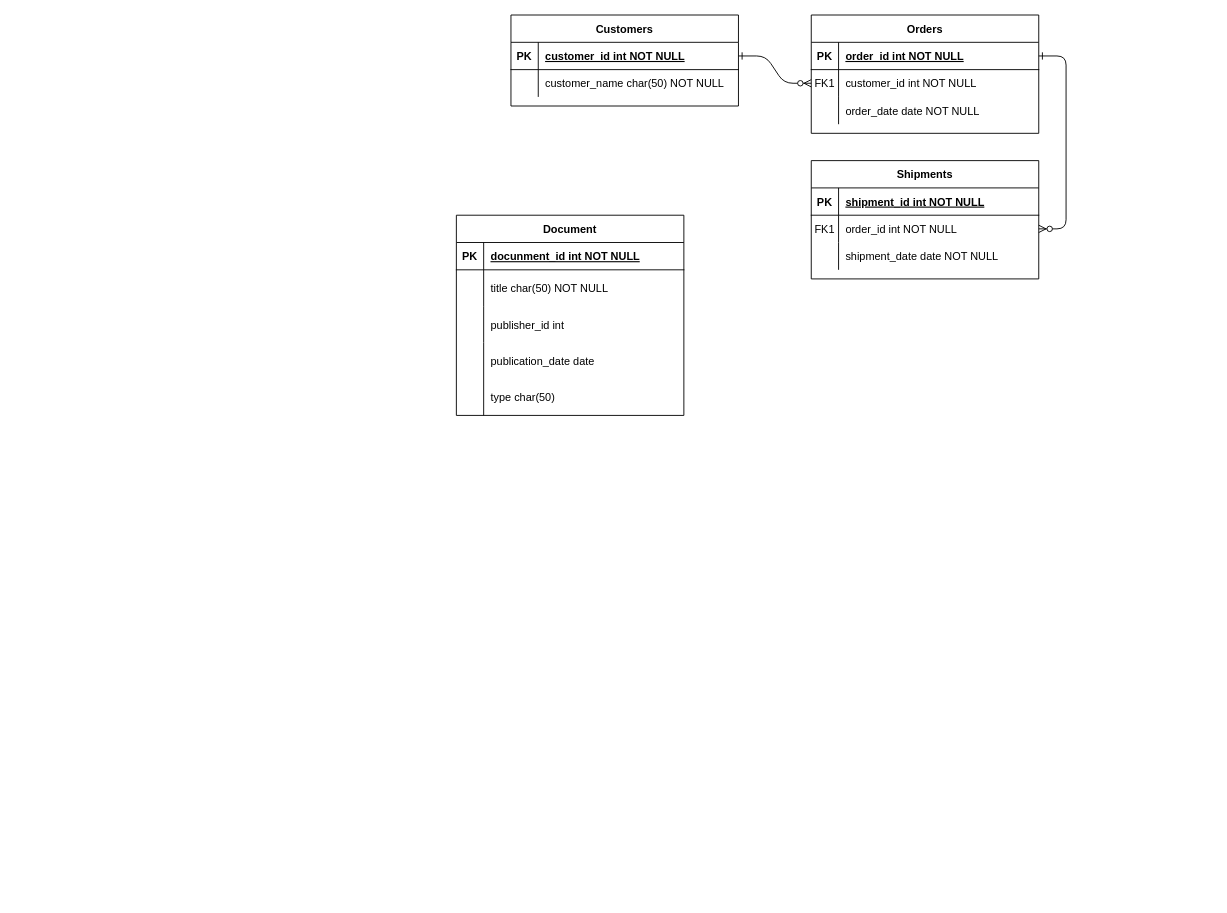
Maple-pro/database-assignment keeps this draw.io diagram as database-er.drawio. Above is the earlier version. Source tidied: cells renumbered, new cells numbered last; positions are measured from the earlier drawing's top-left corner, leaving out a move shared by most shapes. Both pictures are drawn from the tidied source at 91%, with x=0, y=0 at pixel (456, 15).
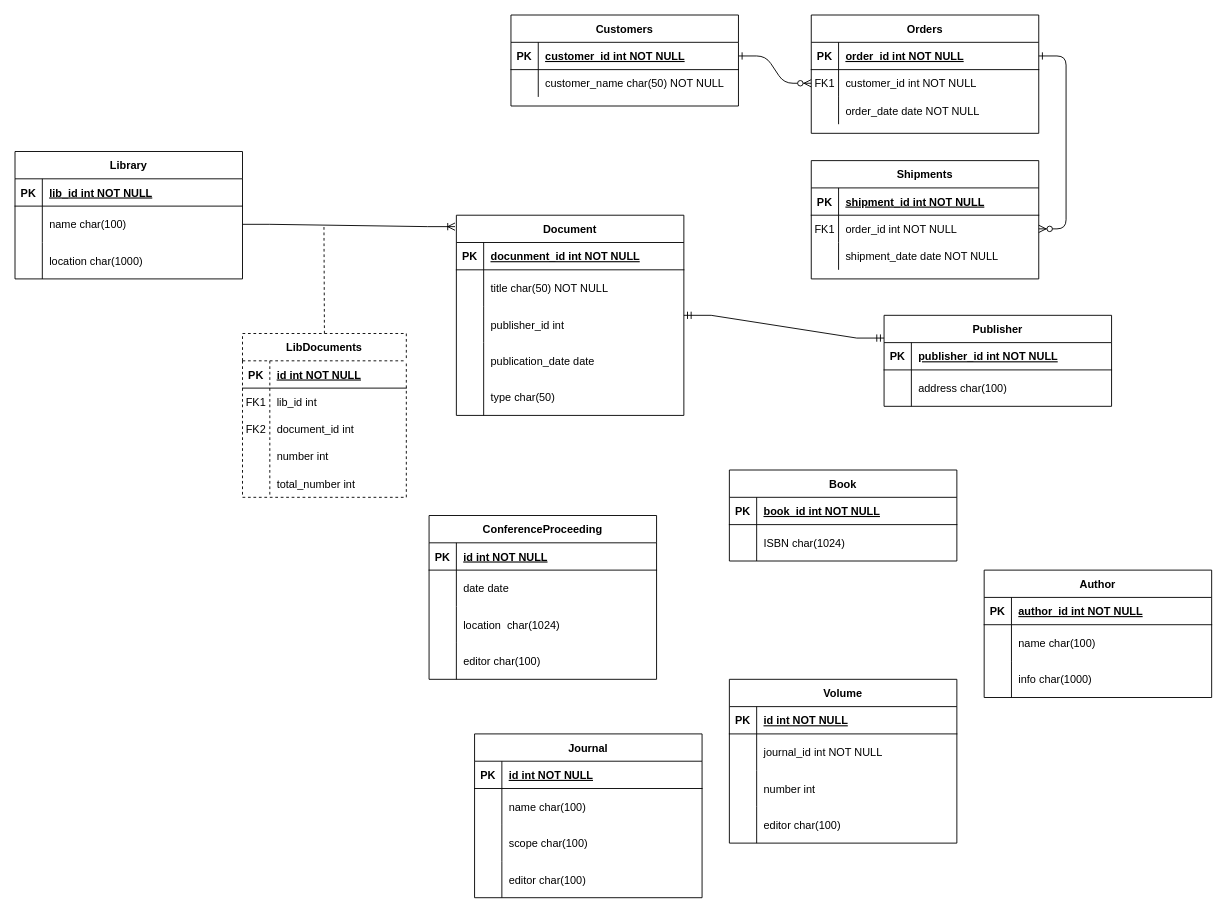
The same diagram, later.

The change refers to these unchanged cells:
```xml
<mxCell id="31" value="Document" style="shape=table;startSize=30;childLayout=tableLayout;rowLines=0;fontStyle=1;align=center;" parent="1" vertex="1">
  <mxGeometry y="220" width="250" height="220" as="geometry" />
</mxCell>
```

The edit, as a diff of the source:
```diff
@@
+    <mxCell id="47" value="Book" style="shape=table;startSize=30;childLayout=tableLayout;rowLines=0;fontStyle=1;align=center;" parent="1" vertex="1">
+      <mxGeometry x="300" y="500" width="250" height="100" as="geometry" />
+    </mxCell>
+    <mxCell id="48" style="shape=partialRectangle;fillColor=none;top=0;left=0;right=0;bottom=1;" parent="47" vertex="1">
+      <mxGeometry y="30" width="250" height="30" as="geometry" />
+    </mxCell>
+    <mxCell id="49" value="PK" style="shape=partialRectangle;overflow=hidden;fillColor=none;top=0;left=0;bottom=0;right=0;fontStyle=1;" parent="48" vertex="1">
+      <mxGeometry width="30" height="30" as="geometry" />
+    </mxCell>
+    <mxCell id="50" value="book_id int NOT NULL " style="shape=partialRectangle;overflow=hidden;fillColor=none;top=0;left=0;bottom=0;right=0;align=left;spacingLeft=6;fontStyle=5;" parent="48" vertex="1">
+      <mxGeometry x="30" width="220" height="30" as="geometry" />
+    </mxCell>
+    <mxCell id="51" style="shape=partialRectangle;fillColor=none;top=0;left=0;right=0;bottom=0;" parent="47" vertex="1">
+      <mxGeometry y="60" width="250" height="40" as="geometry" />
+    </mxCell>
+    <mxCell id="52" style="shape=partialRectangle;overflow=hidden;fillColor=none;top=0;left=0;bottom=0;right=0;" parent="51" vertex="1">
+      <mxGeometry width="30" height="40" as="geometry" />
+    </mxCell>
+    <mxCell id="53" value="ISBN char(1024) " style="shape=partialRectangle;overflow=hidden;fillColor=none;top=0;left=0;bottom=0;right=0;align=left;spacingLeft=6;" parent="51" vertex="1">
+      <mxGeometry x="30" width="220" height="40" as="geometry" />
+    </mxCell>
+    <mxCell id="54" value="ConferenceProceeding" style="shape=table;startSize=30;childLayout=tableLayout;rowLines=0;fontStyle=1;align=center;" parent="1" vertex="1">
+      <mxGeometry x="-30" y="550" width="250" height="180" as="geometry" />
+    </mxCell>
+    <mxCell id="55" style="shape=partialRectangle;fillColor=none;top=0;left=0;right=0;bottom=1;" parent="54" vertex="1">
+      <mxGeometry y="30" width="250" height="30" as="geometry" />
+    </mxCell>
+    <mxCell id="56" value="PK" style="shape=partialRectangle;overflow=hidden;fillColor=none;top=0;left=0;bottom=0;right=0;fontStyle=1;" parent="55" vertex="1">
+      <mxGeometry width="30" height="30" as="geometry" />
+    </mxCell>
+    <mxCell id="57" value="id int NOT NULL " style="shape=partialRectangle;overflow=hidden;fillColor=none;top=0;left=0;bottom=0;right=0;align=left;spacingLeft=6;fontStyle=5;" parent="55" vertex="1">
+      <mxGeometry x="30" width="220" height="30" as="geometry" />
+    </mxCell>
+    <mxCell id="58" style="shape=partialRectangle;fillColor=none;top=0;left=0;right=0;bottom=0;" parent="54" vertex="1">
+      <mxGeometry y="60" width="250" height="40" as="geometry" />
+    </mxCell>
+    <mxCell id="59" style="shape=partialRectangle;overflow=hidden;fillColor=none;top=0;left=0;bottom=0;right=0;" parent="58" vertex="1">
+      <mxGeometry width="30" height="40" as="geometry" />
+    </mxCell>
+    <mxCell id="60" value="date date " style="shape=partialRectangle;overflow=hidden;fillColor=none;top=0;left=0;bottom=0;right=0;align=left;spacingLeft=6;" parent="58" vertex="1">
+      <mxGeometry x="30" width="220" height="40" as="geometry" />
+    </mxCell>
+    <mxCell id="61" style="shape=partialRectangle;fillColor=none;top=0;left=0;right=0;bottom=0;" parent="54" vertex="1">
+      <mxGeometry y="100" width="250" height="40" as="geometry" />
+    </mxCell>
+    <mxCell id="62" style="shape=partialRectangle;overflow=hidden;fillColor=none;top=0;left=0;bottom=0;right=0;" parent="61" vertex="1">
+      <mxGeometry width="30" height="40" as="geometry" />
+    </mxCell>
+    <mxCell id="63" value="location  char(1024)" style="shape=partialRectangle;overflow=hidden;fillColor=none;top=0;left=0;bottom=0;right=0;align=left;spacingLeft=6;" parent="61" vertex="1">
+      <mxGeometry x="30" width="220" height="40" as="geometry" />
+    </mxCell>
+    <mxCell id="64" style="shape=partialRectangle;fillColor=none;top=0;left=0;right=0;bottom=0;" parent="54" vertex="1">
+      <mxGeometry y="140" width="250" height="40" as="geometry" />
+    </mxCell>
+    <mxCell id="65" style="shape=partialRectangle;overflow=hidden;fillColor=none;top=0;left=0;bottom=0;right=0;" parent="64" vertex="1">
+      <mxGeometry width="30" height="40" as="geometry" />
+    </mxCell>
+    <mxCell id="66" value="editor char(100)" style="shape=partialRectangle;overflow=hidden;fillColor=none;top=0;left=0;bottom=0;right=0;align=left;spacingLeft=6;" parent="64" vertex="1">
+      <mxGeometry x="30" width="220" height="40" as="geometry" />
+    </mxCell>
+    <mxCell id="67" value="Volume" style="shape=table;startSize=30;childLayout=tableLayout;rowLines=0;fontStyle=1;align=center;" parent="1" vertex="1">
+      <mxGeometry x="300" y="730" width="250" height="180" as="geometry" />
+    </mxCell>
+    <mxCell id="68" style="shape=partialRectangle;fillColor=none;top=0;left=0;right=0;bottom=1;" parent="67" vertex="1">
+      <mxGeometry y="30" width="250" height="30" as="geometry" />
+    </mxCell>
+    <mxCell id="69" value="PK" style="shape=partialRectangle;overflow=hidden;fillColor=none;top=0;left=0;bottom=0;right=0;fontStyle=1;" parent="68" vertex="1">
+      <mxGeometry width="30" height="30" as="geometry" />
+    </mxCell>
+    <mxCell id="70" value="id int NOT NULL " style="shape=partialRectangle;overflow=hidden;fillColor=none;top=0;left=0;bottom=0;right=0;align=left;spacingLeft=6;fontStyle=5;" parent="68" vertex="1">
+      <mxGeometry x="30" width="220" height="30" as="geometry" />
+    </mxCell>
+    <mxCell id="71" style="shape=partialRectangle;fillColor=none;top=0;left=0;right=0;bottom=0;" parent="67" vertex="1">
+      <mxGeometry y="60" width="250" height="40" as="geometry" />
+    </mxCell>
+    <mxCell id="72" style="shape=partialRectangle;overflow=hidden;fillColor=none;top=0;left=0;bottom=0;right=0;" parent="71" vertex="1">
+      <mxGeometry width="30" height="40" as="geometry" />
+    </mxCell>
+    <mxCell id="73" value="journal_id int NOT NULL" style="shape=partialRectangle;overflow=hidden;fillColor=none;top=0;left=0;bottom=0;right=0;align=left;spacingLeft=6;" parent="71" vertex="1">
+      <mxGeometry x="30" width="220" height="40" as="geometry" />
+    </mxCell>
+    <mxCell id="74" style="shape=partialRectangle;fillColor=none;top=0;left=0;right=0;bottom=0;" parent="67" vertex="1">
+      <mxGeometry y="100" width="250" height="40" as="geometry" />
+    </mxCell>
+    <mxCell id="75" style="shape=partialRectangle;overflow=hidden;fillColor=none;top=0;left=0;bottom=0;right=0;" parent="74" vertex="1">
+      <mxGeometry width="30" height="40" as="geometry" />
+    </mxCell>
+    <mxCell id="76" value="number int " style="shape=partialRectangle;overflow=hidden;fillColor=none;top=0;left=0;bottom=0;right=0;align=left;spacingLeft=6;" parent="74" vertex="1">
+      <mxGeometry x="30" width="220" height="40" as="geometry" />
+    </mxCell>
+    <mxCell id="77" style="shape=partialRectangle;fillColor=none;top=0;left=0;right=0;bottom=0;" parent="67" vertex="1">
+      <mxGeometry y="140" width="250" height="40" as="geometry" />
+    </mxCell>
+    <mxCell id="78" style="shape=partialRectangle;overflow=hidden;fillColor=none;top=0;left=0;bottom=0;right=0;" parent="77" vertex="1">
+      <mxGeometry width="30" height="40" as="geometry" />
+    </mxCell>
+    <mxCell id="79" value="editor char(100)" style="shape=partialRectangle;overflow=hidden;fillColor=none;top=0;left=0;bottom=0;right=0;align=left;spacingLeft=6;" parent="77" vertex="1">
+      <mxGeometry x="30" width="220" height="40" as="geometry" />
+    </mxCell>
+    <mxCell id="80" value="Journal" style="shape=table;startSize=30;childLayout=tableLayout;rowLines=0;fontStyle=1;align=center;" parent="1" vertex="1">
+      <mxGeometry x="20" y="790" width="250" height="180" as="geometry" />
+    </mxCell>
+    <mxCell id="81" style="shape=partialRectangle;fillColor=none;top=0;left=0;right=0;bottom=1;" parent="80" vertex="1">
+      <mxGeometry y="30" width="250" height="30" as="geometry" />
+    </mxCell>
+    <mxCell id="82" value="PK" style="shape=partialRectangle;overflow=hidden;fillColor=none;top=0;left=0;bottom=0;right=0;fontStyle=1;" parent="81" vertex="1">
+      <mxGeometry width="30" height="30" as="geometry" />
+    </mxCell>
+    <mxCell id="83" value="id int NOT NULL " style="shape=partialRectangle;overflow=hidden;fillColor=none;top=0;left=0;bottom=0;right=0;align=left;spacingLeft=6;fontStyle=5;" parent="81" vertex="1">
+      <mxGeometry x="30" width="220" height="30" as="geometry" />
+    </mxCell>
+    <mxCell id="84" style="shape=partialRectangle;fillColor=none;top=0;left=0;right=0;bottom=0;" parent="80" vertex="1">
+      <mxGeometry y="60" width="250" height="40" as="geometry" />
+    </mxCell>
+    <mxCell id="85" style="shape=partialRectangle;overflow=hidden;fillColor=none;top=0;left=0;bottom=0;right=0;" parent="84" vertex="1">
+      <mxGeometry width="30" height="40" as="geometry" />
+    </mxCell>
+    <mxCell id="86" value="name char(100)" style="shape=partialRectangle;overflow=hidden;fillColor=none;top=0;left=0;bottom=0;right=0;align=left;spacingLeft=6;" parent="84" vertex="1">
+      <mxGeometry x="30" width="220" height="40" as="geometry" />
+    </mxCell>
+    <mxCell id="87" style="shape=partialRectangle;fillColor=none;top=0;left=0;right=0;bottom=0;" parent="80" vertex="1">
+      <mxGeometry y="100" width="250" height="40" as="geometry" />
+    </mxCell>
+    <mxCell id="88" style="shape=partialRectangle;overflow=hidden;fillColor=none;top=0;left=0;bottom=0;right=0;" parent="87" vertex="1">
+      <mxGeometry width="30" height="40" as="geometry" />
+    </mxCell>
+    <mxCell id="89" value="scope char(100)" style="shape=partialRectangle;overflow=hidden;fillColor=none;top=0;left=0;bottom=0;right=0;align=left;spacingLeft=6;" parent="87" vertex="1">
+      <mxGeometry x="30" width="220" height="40" as="geometry" />
+    </mxCell>
+    <mxCell id="90" style="shape=partialRectangle;fillColor=none;top=0;left=0;right=0;bottom=0;" parent="80" vertex="1">
+      <mxGeometry y="140" width="250" height="40" as="geometry" />
+    </mxCell>
+    <mxCell id="91" style="shape=partialRectangle;overflow=hidden;fillColor=none;top=0;left=0;bottom=0;right=0;" parent="90" vertex="1">
+      <mxGeometry width="30" height="40" as="geometry" />
+    </mxCell>
+    <mxCell id="92" value="editor char(100)" style="shape=partialRectangle;overflow=hidden;fillColor=none;top=0;left=0;bottom=0;right=0;align=left;spacingLeft=6;" parent="90" vertex="1">
+      <mxGeometry x="30" width="220" height="40" as="geometry" />
+    </mxCell>
+    <mxCell id="93" value="Publisher" style="shape=table;startSize=30;childLayout=tableLayout;rowLines=0;fontStyle=1;align=center;" parent="1" vertex="1">
+      <mxGeometry x="470" y="330" width="250" height="100" as="geometry" />
+    </mxCell>
+    <mxCell id="94" style="shape=partialRectangle;fillColor=none;top=0;left=0;right=0;bottom=1;" parent="93" vertex="1">
+      <mxGeometry y="30" width="250" height="30" as="geometry" />
+    </mxCell>
+    <mxCell id="95" value="PK" style="shape=partialRectangle;overflow=hidden;fillColor=none;top=0;left=0;bottom=0;right=0;fontStyle=1;" parent="94" vertex="1">
+      <mxGeometry width="30" height="30" as="geometry" />
+    </mxCell>
+    <mxCell id="96" value="publisher_id int NOT NULL " style="shape=partialRectangle;overflow=hidden;fillColor=none;top=0;left=0;bottom=0;right=0;align=left;spacingLeft=6;fontStyle=5;" parent="94" vertex="1">
+      <mxGeometry x="30" width="220" height="30" as="geometry" />
+    </mxCell>
+    <mxCell id="97" style="shape=partialRectangle;fillColor=none;top=0;left=0;right=0;bottom=0;" parent="93" vertex="1">
+      <mxGeometry y="60" width="250" height="40" as="geometry" />
+    </mxCell>
+    <mxCell id="98" style="shape=partialRectangle;overflow=hidden;fillColor=none;top=0;left=0;bottom=0;right=0;" parent="97" vertex="1">
+      <mxGeometry width="30" height="40" as="geometry" />
+    </mxCell>
+    <mxCell id="99" value="address char(100) " style="shape=partialRectangle;overflow=hidden;fillColor=none;top=0;left=0;bottom=0;right=0;align=left;spacingLeft=6;" parent="97" vertex="1">
+      <mxGeometry x="30" width="220" height="40" as="geometry" />
+    </mxCell>
+    <mxCell id="100" style="edgeStyle=entityRelationEdgeStyle;fontSize=12;html=1;endArrow=ERmandOne;startArrow=ERmandOne;rounded=0;entryX=0;entryY=0.25;entryDx=0;entryDy=0;" parent="1" edge="1" source="31" target="93">
+      <mxGeometry relative="1" as="geometry" />
+    </mxCell>
+    <mxCell id="101" value="Author" style="shape=table;startSize=30;childLayout=tableLayout;rowLines=0;fontStyle=1;align=center;" parent="1" vertex="1">
+      <mxGeometry x="580" y="610" width="250" height="140" as="geometry" />
+    </mxCell>
+    <mxCell id="102" style="shape=partialRectangle;fillColor=none;top=0;left=0;right=0;bottom=1;" parent="101" vertex="1">
+      <mxGeometry y="30" width="250" height="30" as="geometry" />
+    </mxCell>
+    <mxCell id="103" value="PK" style="shape=partialRectangle;overflow=hidden;fillColor=none;top=0;left=0;bottom=0;right=0;fontStyle=1;" parent="102" vertex="1">
+      <mxGeometry width="30" height="30" as="geometry" />
+    </mxCell>
+    <mxCell id="104" value="author_id int NOT NULL " style="shape=partialRectangle;overflow=hidden;fillColor=none;top=0;left=0;bottom=0;right=0;align=left;spacingLeft=6;fontStyle=5;" parent="102" vertex="1">
+      <mxGeometry x="30" width="220" height="30" as="geometry" />
+    </mxCell>
+    <mxCell id="105" style="shape=partialRectangle;fillColor=none;top=0;left=0;right=0;bottom=0;" parent="101" vertex="1">
+      <mxGeometry y="60" width="250" height="40" as="geometry" />
+    </mxCell>
+    <mxCell id="106" style="shape=partialRectangle;overflow=hidden;fillColor=none;top=0;left=0;bottom=0;right=0;" parent="105" vertex="1">
+      <mxGeometry width="30" height="40" as="geometry" />
+    </mxCell>
+    <mxCell id="107" value="name char(100) " style="shape=partialRectangle;overflow=hidden;fillColor=none;top=0;left=0;bottom=0;right=0;align=left;spacingLeft=6;" parent="105" vertex="1">
+      <mxGeometry x="30" width="220" height="40" as="geometry" />
+    </mxCell>
+    <mxCell id="108" style="shape=partialRectangle;fillColor=none;top=0;left=0;right=0;bottom=0;" parent="101" vertex="1">
+      <mxGeometry y="100" width="250" height="40" as="geometry" />
+    </mxCell>
+    <mxCell id="109" style="shape=partialRectangle;overflow=hidden;fillColor=none;top=0;left=0;bottom=0;right=0;" parent="108" vertex="1">
+      <mxGeometry width="30" height="40" as="geometry" />
+    </mxCell>
+    <mxCell id="110" value="info char(1000) " style="shape=partialRectangle;overflow=hidden;fillColor=none;top=0;left=0;bottom=0;right=0;align=left;spacingLeft=6;" parent="108" vertex="1">
+      <mxGeometry x="30" width="220" height="40" as="geometry" />
+    </mxCell>
+    <mxCell id="111" value="Library" style="shape=table;startSize=30;childLayout=tableLayout;rowLines=0;fontStyle=1;align=center;" parent="1" vertex="1">
+      <mxGeometry x="-485" y="150" width="250" height="140" as="geometry" />
+    </mxCell>
+    <mxCell id="112" style="shape=partialRectangle;fillColor=none;top=0;left=0;right=0;bottom=1;" parent="111" vertex="1">
+      <mxGeometry y="30" width="250" height="30" as="geometry" />
+    </mxCell>
+    <mxCell id="113" value="PK" style="shape=partialRectangle;overflow=hidden;fillColor=none;top=0;left=0;bottom=0;right=0;fontStyle=1;" parent="112" vertex="1">
+      <mxGeometry width="30" height="30" as="geometry" />
+    </mxCell>
+    <mxCell id="114" value="lib_id int NOT NULL " style="shape=partialRectangle;overflow=hidden;fillColor=none;top=0;left=0;bottom=0;right=0;align=left;spacingLeft=6;fontStyle=5;" parent="112" vertex="1">
+      <mxGeometry x="30" width="220" height="30" as="geometry" />
+    </mxCell>
+    <mxCell id="115" style="shape=partialRectangle;fillColor=none;points=[[0,0.5],[1,0.5]];portConstraint=eastwest;top=0;left=0;right=0;bottom=0;" parent="111" vertex="1">
+      <mxGeometry y="60" width="250" height="40" as="geometry" />
+    </mxCell>
+    <mxCell id="116" style="shape=partialRectangle;overflow=hidden;fillColor=none;top=0;left=0;bottom=0;right=0;" parent="115" vertex="1">
+      <mxGeometry width="30" height="40" as="geometry" />
+    </mxCell>
+    <mxCell id="117" value="name char(100) " style="shape=partialRectangle;overflow=hidden;fillColor=none;top=0;left=0;bottom=0;right=0;align=left;spacingLeft=6;" parent="115" vertex="1">
+      <mxGeometry x="30" width="220" height="40" as="geometry" />
+    </mxCell>
+    <mxCell id="118" style="shape=partialRectangle;fillColor=none;top=0;left=0;right=0;bottom=0;" parent="111" vertex="1">
+      <mxGeometry y="100" width="250" height="40" as="geometry" />
+    </mxCell>
+    <mxCell id="119" style="shape=partialRectangle;overflow=hidden;fillColor=none;top=0;left=0;bottom=0;right=0;" parent="118" vertex="1">
+      <mxGeometry width="30" height="40" as="geometry" />
+    </mxCell>
+    <mxCell id="120" value="location char(1000) " style="shape=partialRectangle;overflow=hidden;fillColor=none;top=0;left=0;bottom=0;right=0;align=left;spacingLeft=6;" parent="118" vertex="1">
+      <mxGeometry x="30" width="220" height="40" as="geometry" />
+    </mxCell>
+    <mxCell id="121" style="edgeStyle=entityRelationEdgeStyle;fontSize=12;html=1;endArrow=ERoneToMany;rounded=0;entryX=-0.006;entryY=0.057;entryDx=0;entryDy=0;entryPerimeter=0;" parent="1" edge="1" source="115" target="31">
+      <mxGeometry relative="1" as="geometry" />
+    </mxCell>
+    <mxCell id="122" value="LibDocuments" style="shape=table;startSize=30;childLayout=tableLayout;rowLines=0;fontStyle=1;align=center;dashed=1;" parent="1" vertex="1">
+      <mxGeometry x="-235" y="350" width="180" height="180" as="geometry" />
+    </mxCell>
+    <mxCell id="123" style="shape=tableRow;horizontal=0;startSize=0;swimlaneHead=0;swimlaneBody=0;fillColor=none;top=0;left=0;right=0;bottom=1;" parent="122" vertex="1">
+      <mxGeometry y="30" width="180" height="30" as="geometry" />
+    </mxCell>
+    <mxCell id="124" value="PK" style="shape=partialRectangle;fillColor=none;top=0;left=0;bottom=0;right=0;fontStyle=1;overflow=hidden;" parent="123" vertex="1">
+      <mxGeometry width="30" height="30" as="geometry" />
+    </mxCell>
+    <mxCell id="125" value="id int NOT NULL" style="shape=partialRectangle;fillColor=none;top=0;left=0;bottom=0;right=0;align=left;spacingLeft=6;fontStyle=5;overflow=hidden;" parent="123" vertex="1">
+      <mxGeometry x="30" width="150" height="30" as="geometry" />
+    </mxCell>
+    <mxCell id="126" style="shape=tableRow;horizontal=0;startSize=0;swimlaneHead=0;swimlaneBody=0;fillColor=none;top=0;left=0;right=0;bottom=0;" parent="122" vertex="1">
+      <mxGeometry y="60" width="180" height="30" as="geometry" />
+    </mxCell>
+    <mxCell id="127" value="FK1" style="shape=partialRectangle;fillColor=none;top=0;left=0;bottom=0;right=0;overflow=hidden;" parent="126" vertex="1">
+      <mxGeometry width="30" height="30" as="geometry" />
+    </mxCell>
+    <mxCell id="128" value="lib_id int" style="shape=partialRectangle;fillColor=none;top=0;left=0;bottom=0;right=0;align=left;spacingLeft=6;overflow=hidden;" parent="126" vertex="1">
+      <mxGeometry x="30" width="150" height="30" as="geometry" />
+    </mxCell>
+    <mxCell id="129" style="shape=tableRow;horizontal=0;startSize=0;swimlaneHead=0;swimlaneBody=0;fillColor=none;top=0;left=0;right=0;bottom=0;" parent="122" vertex="1">
+      <mxGeometry y="90" width="180" height="30" as="geometry" />
+    </mxCell>
+    <mxCell id="130" value="FK2" style="shape=partialRectangle;fillColor=none;top=0;left=0;bottom=0;right=0;overflow=hidden;" parent="129" vertex="1">
+      <mxGeometry width="30" height="30" as="geometry" />
+    </mxCell>
+    <mxCell id="131" value="document_id int" style="shape=partialRectangle;fillColor=none;top=0;left=0;bottom=0;right=0;align=left;spacingLeft=6;overflow=hidden;" parent="129" vertex="1">
+      <mxGeometry x="30" width="150" height="30" as="geometry" />
+    </mxCell>
+    <mxCell id="132" style="shape=tableRow;horizontal=0;startSize=0;swimlaneHead=0;swimlaneBody=0;fillColor=none;top=0;left=0;right=0;bottom=0;" parent="122" vertex="1">
+      <mxGeometry y="120" width="180" height="30" as="geometry" />
+    </mxCell>
+    <mxCell id="133" style="shape=partialRectangle;fillColor=none;top=0;left=0;bottom=0;right=0;overflow=hidden;" parent="132" vertex="1">
+      <mxGeometry width="30" height="30" as="geometry" />
+    </mxCell>
+    <mxCell id="134" value="number int" style="shape=partialRectangle;fillColor=none;top=0;left=0;bottom=0;right=0;align=left;spacingLeft=6;overflow=hidden;" parent="132" vertex="1">
+      <mxGeometry x="30" width="150" height="30" as="geometry" />
+    </mxCell>
+    <mxCell id="135" style="shape=tableRow;horizontal=0;startSize=0;swimlaneHead=0;swimlaneBody=0;fillColor=none;top=0;left=0;right=0;bottom=0;" parent="122" vertex="1">
+      <mxGeometry y="150" width="180" height="30" as="geometry" />
+    </mxCell>
+    <mxCell id="136" style="shape=partialRectangle;fillColor=none;top=0;left=0;bottom=0;right=0;overflow=hidden;" parent="135" vertex="1">
+      <mxGeometry width="30" height="30" as="geometry" />
+    </mxCell>
+    <mxCell id="137" value="total_number int" style="shape=partialRectangle;fillColor=none;top=0;left=0;bottom=0;right=0;align=left;spacingLeft=6;overflow=hidden;" parent="135" vertex="1">
+      <mxGeometry x="30" width="150" height="30" as="geometry" />
+    </mxCell>
+    <mxCell id="138" style="endArrow=none;dashed=1;html=1;rounded=0;exitX=0.5;exitY=0;exitDx=0;exitDy=0;" parent="1" edge="1" source="122">
+      <mxGeometry relative="1" as="geometry">
+        <mxPoint x="-145.5" y="230" as="targetPoint" />
+      </mxGeometry>
+    </mxCell>
```
